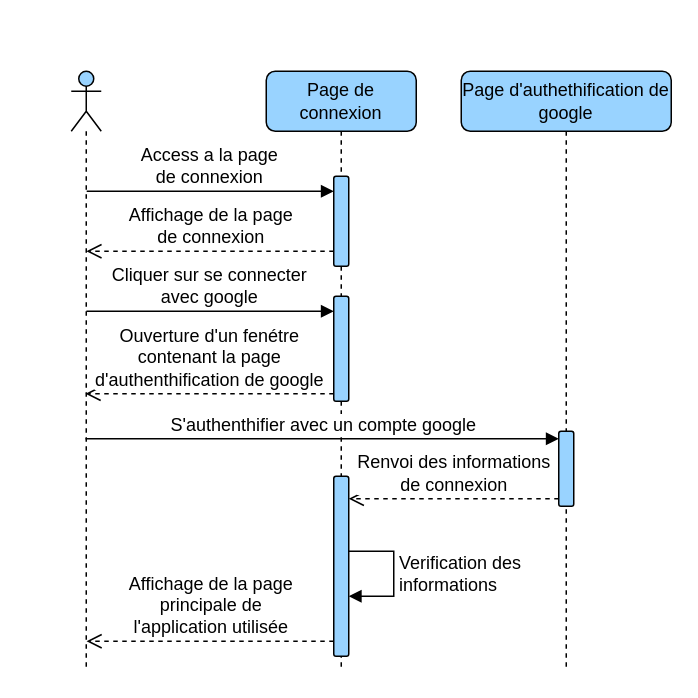
Before: page "google-auth" (4 of 7) of diagrams/sequence.drawio in devlotfi/peage-pay, a draw.io diagram. Source tidied: cells renumbered, new cells numbered last; positions are measured from the earlier drawing's top-left corner, leaving out a move shared by most shapes. Both pictures are drawn from the tidied source at 150%, with x=0, y=0 at pixel (70, 70).
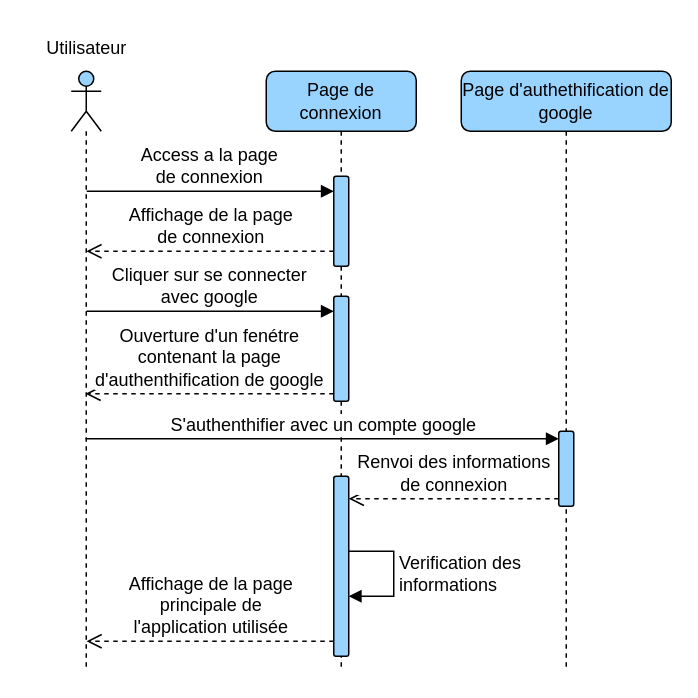
Above is the later version.

The edit, as a diff of the source:
```diff
@@
+    <mxCell id="17" value="Utilisateur" style="text;html=1;align=center;verticalAlign=middle;strokeColor=none;fillColor=none;" parent="1" vertex="1">
+      <mxGeometry x="-30" y="-30" width="80" height="30" as="geometry" />
+    </mxCell>
```
